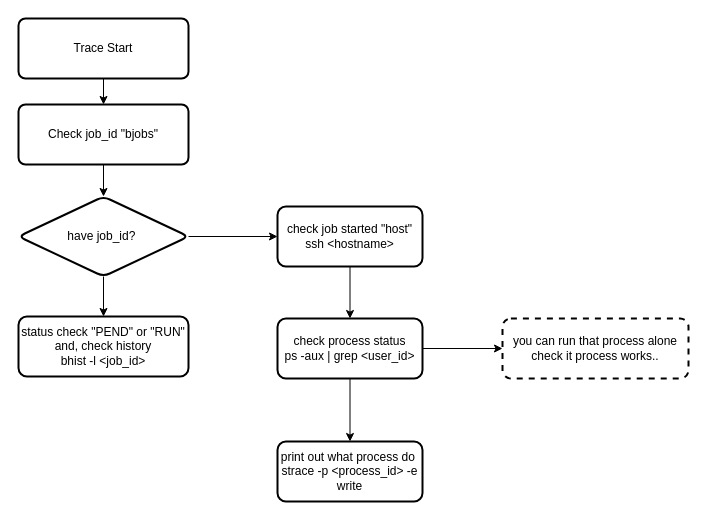
This is page "LSF trace" (5 of 5) of Untitled Diagram.drawio from kirknodeng/docs, a draw.io file, before an edit. Source tidied: cells renumbered, new cells numbered last; positions are measured from the earlier drawing's top-left corner, leaving out a move shared by most shapes. Both pictures are drawn from the tidied source at 100%, with x=0, y=0 at pixel (18, 18).
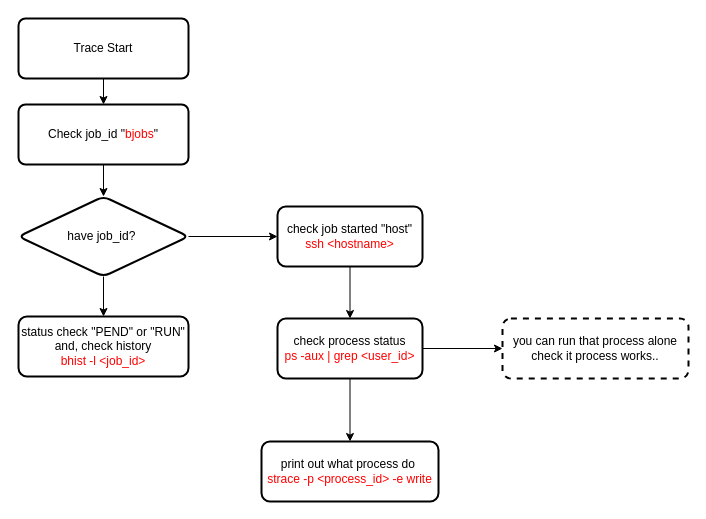
After the change.

The edit, as a diff of the source:
```diff
@@
 <mxGraphModel>
   <root>
     <mxCell id="0" />
     <mxCell id="1" parent="0" />
     <mxCell id="2" style="edgeStyle=orthogonalEdgeStyle;rounded=0;jettySize=auto;html=1;" parent="1" edge="1" source="3" target="5">
       <mxGeometry relative="1" as="geometry" />
     </mxCell>
     <mxCell id="3" value="Trace Start" style="rounded=1;whiteSpace=wrap;html=1;absoluteArcSize=1;arcSize=14;strokeWidth=2;" parent="1" vertex="1">
       <mxGeometry width="170" height="60" as="geometry" />
     </mxCell>
     <mxCell id="4" style="edgeStyle=orthogonalEdgeStyle;rounded=0;jettySize=auto;html=1;" parent="1" edge="1" source="5" target="8">
       <mxGeometry relative="1" as="geometry" />
     </mxCell>
-    <mxCell id="5" value="Check job_id &quot;bjobs&quot;" style="rounded=1;whiteSpace=wrap;html=1;absoluteArcSize=1;arcSize=14;strokeWidth=2;" parent="1" vertex="1">
+    <mxCell id="5" value="Check job_id &quot;&lt;font color=&quot;#ff0000&quot;&gt;bjobs&lt;/font&gt;&quot;" style="rounded=1;whiteSpace=wrap;html=1;absoluteArcSize=1;arcSize=14;strokeWidth=2;" parent="1" vertex="1">
       <mxGeometry y="86" width="170" height="60" as="geometry" />
     </mxCell>
     <mxCell id="6" style="edgeStyle=orthogonalEdgeStyle;rounded=0;jettySize=auto;html=1;" parent="1" edge="1" source="8" target="9">
       <mxGeometry relative="1" as="geometry" />
     </mxCell>
     <mxCell id="7" style="edgeStyle=orthogonalEdgeStyle;rounded=0;jettySize=auto;html=1;" parent="1" edge="1" source="8" target="11">
       <mxGeometry relative="1" as="geometry" />
     </mxCell>
     <mxCell id="8" value="have job_id?&amp;nbsp;" style="rhombus;whiteSpace=wrap;html=1;rounded=1;strokeWidth=2;arcSize=14;" parent="1" vertex="1">
       <mxGeometry y="178" width="170" height="80" as="geometry" />
     </mxCell>
-    <mxCell id="9" value="status check &quot;PEND&quot; or &quot;RUN&quot;&lt;br&gt;and, check history&lt;br&gt;bhist -l &amp;lt;job_id&amp;gt;" style="whiteSpace=wrap;html=1;rounded=1;strokeWidth=2;arcSize=14;" parent="1" vertex="1">
+    <mxCell id="9" value="status check &quot;PEND&quot; or &quot;RUN&quot;&lt;br&gt;and, check history&lt;br&gt;&lt;font color=&quot;#ff0000&quot;&gt;bhist -l &amp;lt;job_id&amp;gt;&lt;/font&gt;" style="whiteSpace=wrap;html=1;rounded=1;strokeWidth=2;arcSize=14;" parent="1" vertex="1">
       <mxGeometry y="298" width="170" height="60" as="geometry" />
     </mxCell>
     <mxCell id="10" style="edgeStyle=orthogonalEdgeStyle;rounded=0;jettySize=auto;html=1;" parent="1" edge="1" source="11" target="14">
       <mxGeometry relative="1" as="geometry" />
     </mxCell>
-    <mxCell id="11" value="check job started &quot;host&quot;&lt;br&gt;ssh &amp;lt;hostname&amp;gt;" style="whiteSpace=wrap;html=1;rounded=1;strokeWidth=2;arcSize=14;" parent="1" vertex="1">
+    <mxCell id="11" value="check job started &quot;host&quot;&lt;br&gt;&lt;font color=&quot;#ff0000&quot;&gt;ssh &amp;lt;hostname&amp;gt;&lt;/font&gt;" style="whiteSpace=wrap;html=1;rounded=1;strokeWidth=2;arcSize=14;" parent="1" vertex="1">
       <mxGeometry x="259" y="188" width="145" height="60" as="geometry" />
     </mxCell>
     <mxCell id="12" style="edgeStyle=orthogonalEdgeStyle;rounded=0;jettySize=auto;html=1;" parent="1" edge="1" source="14" target="15">
       <mxGeometry relative="1" as="geometry" />
     </mxCell>
     <mxCell id="13" style="edgeStyle=orthogonalEdgeStyle;rounded=0;jettySize=auto;html=1;" parent="1" edge="1" source="14" target="16">
       <mxGeometry relative="1" as="geometry" />
     </mxCell>
-    <mxCell id="14" value="check process status&lt;br&gt;ps -aux | grep &amp;lt;user_id&amp;gt;" style="whiteSpace=wrap;html=1;rounded=1;strokeWidth=2;arcSize=14;" parent="1" vertex="1">
+    <mxCell id="14" value="check process status&lt;br&gt;&lt;font color=&quot;#ff0000&quot;&gt;ps -aux | grep &amp;lt;user_id&amp;gt;&lt;/font&gt;" style="whiteSpace=wrap;html=1;rounded=1;strokeWidth=2;arcSize=14;" parent="1" vertex="1">
       <mxGeometry x="259" y="300" width="145" height="60" as="geometry" />
     </mxCell>
-    <mxCell id="15" value="print out what process do&amp;nbsp;&lt;br&gt;strace -p &amp;lt;process_id&amp;gt; -e write" style="whiteSpace=wrap;html=1;rounded=1;strokeWidth=2;arcSize=14;" parent="1" vertex="1">
-      <mxGeometry x="259" y="423" width="145" height="60" as="geometry" />
+    <mxCell id="15" value="print out what process do&amp;nbsp;&lt;br&gt;&lt;font color=&quot;#ff0000&quot;&gt;strace -p &amp;lt;process_id&amp;gt; -e write&lt;/font&gt;" style="whiteSpace=wrap;html=1;rounded=1;strokeWidth=2;arcSize=14;" parent="1" vertex="1">
+      <mxGeometry x="243" y="423" width="177" height="60" as="geometry" />
     </mxCell>
     <mxCell id="16" value="you can run that process alone&lt;br&gt;check it process works.." style="whiteSpace=wrap;html=1;rounded=1;strokeWidth=2;arcSize=14;dashed=1;" parent="1" vertex="1">
       <mxGeometry x="484" y="300" width="186" height="60" as="geometry" />
     </mxCell>
   </root>
 </mxGraphModel>
```
